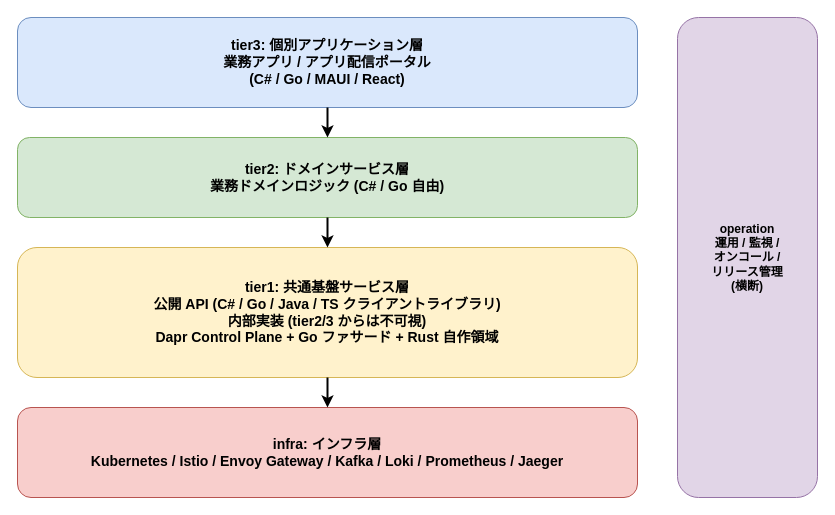
RyuheiKiso/k1s0 keeps this draw.io diagram as docs/01_企画/02_アーキテクチャ/img/レイヤ構成.drawio. Above is the earlier version. Source tidied: cells renumbered, new cells numbered last; positions are measured from the earlier drawing's top-left corner, leaving out a move shared by most shapes. Both pictures are drawn from the tidied source at 100%, with x=0, y=0 at pixel (17, 17).
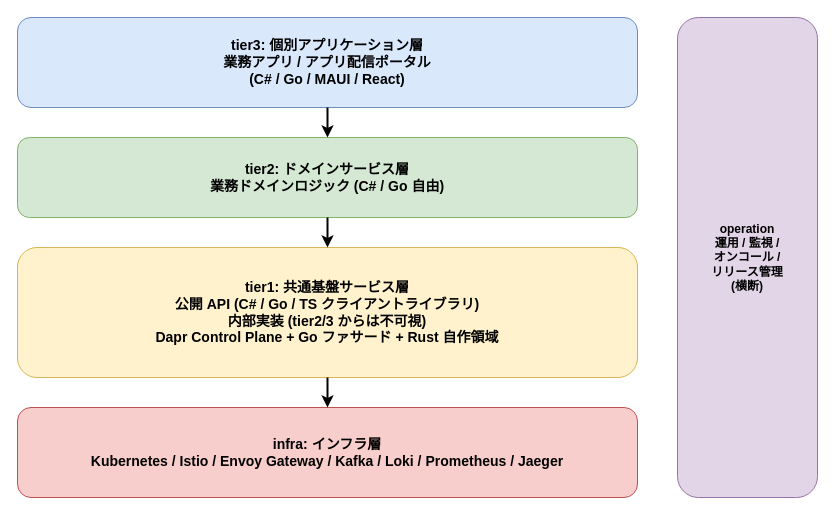
Above is the later version.

Commit message (it also covers changes not shown here):
feat: tier1の実装言語選定とCICD関連のドキュメント更新

Diff of the diagram source:
```diff
@@
 <mxGraphModel>
   <root>
     <mxCell id="0" />
     <mxCell id="1" parent="0" />
     <mxCell id="2" value="tier3: 個別アプリケーション層&#10;業務アプリ / アプリ配信ポータル&#10;(C# / Go / MAUI / React)" style="rounded=1;whiteSpace=wrap;html=1;fillColor=#dae8fc;strokeColor=#6c8ebf;fontSize=14;fontStyle=1;" parent="1" vertex="1">
       <mxGeometry width="620" height="90" as="geometry" />
     </mxCell>
     <mxCell id="3" value="tier2: ドメインサービス層&#10;業務ドメインロジック (C# / Go 自由)" style="rounded=1;whiteSpace=wrap;html=1;fillColor=#d5e8d4;strokeColor=#82b366;fontSize=14;fontStyle=1;" parent="1" vertex="1">
       <mxGeometry y="120" width="620" height="80" as="geometry" />
     </mxCell>
-    <mxCell id="4" value="tier1: 共通基盤サービス層&#10;公開 API (C# / Go / Java / TS クライアントライブラリ)&#10;内部実装 (tier2/3 からは不可視)&#10;Dapr Control Plane + Go ファサード + Rust 自作領域" style="rounded=1;whiteSpace=wrap;html=1;fillColor=#fff2cc;strokeColor=#d6b656;fontSize=14;fontStyle=1;" parent="1" vertex="1">
+    <mxCell id="4" value="tier1: 共通基盤サービス層&#10;公開 API (C# / Go / TS クライアントライブラリ)&#10;内部実装 (tier2/3 からは不可視)&#10;Dapr Control Plane + Go ファサード + Rust 自作領域" style="rounded=1;whiteSpace=wrap;html=1;fillColor=#fff2cc;strokeColor=#d6b656;fontSize=14;fontStyle=1;" parent="1" vertex="1">
       <mxGeometry y="230" width="620" height="130" as="geometry" />
     </mxCell>
     <mxCell id="5" value="infra: インフラ層&#10;Kubernetes / Istio / Envoy Gateway / Kafka / Loki / Prometheus / Jaeger" style="rounded=1;whiteSpace=wrap;html=1;fillColor=#f8cecc;strokeColor=#b85450;fontSize=14;fontStyle=1;" parent="1" vertex="1">
       <mxGeometry y="390" width="620" height="90" as="geometry" />
     </mxCell>
     <mxCell id="6" value="operation&#10;運用 / 監視 /&#10;オンコール /&#10;リリース管理&#10;(横断)" style="rounded=1;whiteSpace=wrap;html=1;fillColor=#e1d5e7;strokeColor=#9673a6;fontSize=12;fontStyle=1;" parent="1" vertex="1">
       <mxGeometry x="660" width="140" height="480" as="geometry" />
     </mxCell>
     <mxCell id="7" style="endArrow=classic;html=1;strokeWidth=2;" parent="1" edge="1" source="2" target="3">
       <mxGeometry relative="1" as="geometry" />
     </mxCell>
     <mxCell id="8" style="endArrow=classic;html=1;strokeWidth=2;" parent="1" edge="1" source="3" target="4">
       <mxGeometry relative="1" as="geometry" />
     </mxCell>
     <mxCell id="9" style="endArrow=classic;html=1;strokeWidth=2;" parent="1" edge="1" source="4" target="5">
       <mxGeometry relative="1" as="geometry" />
     </mxCell>
   </root>
 </mxGraphModel>
```
